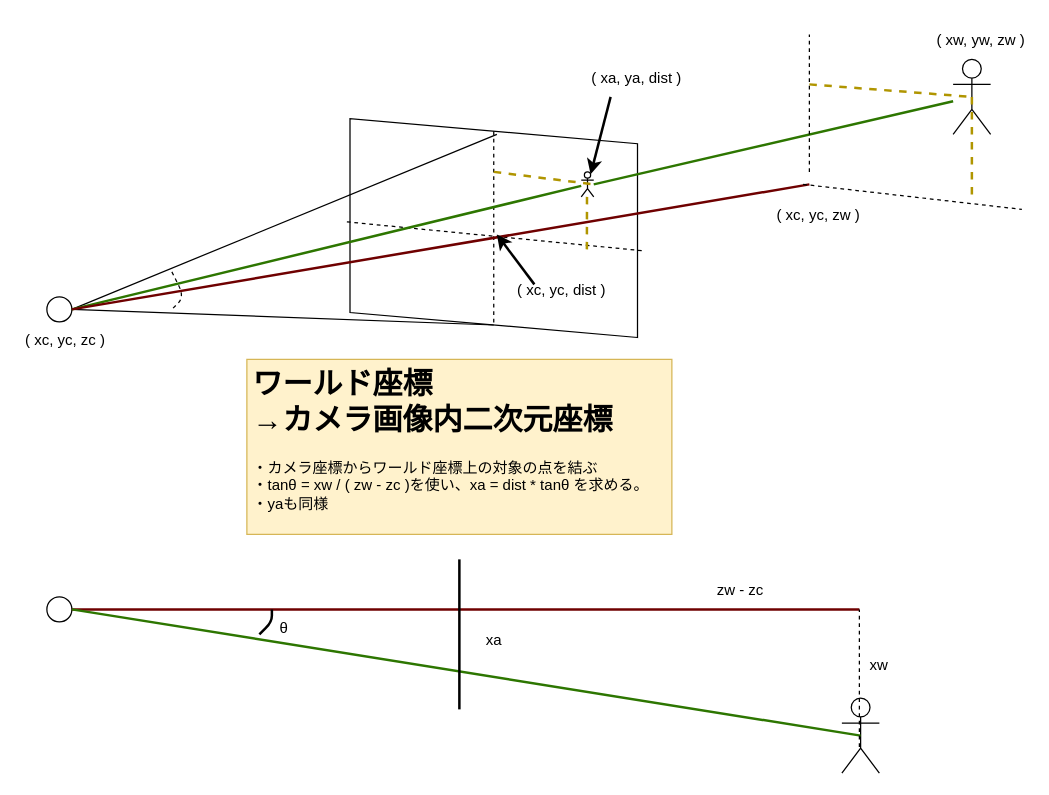
Before: docs/projection_3d-annotation_to_images.dio in minoru-github/three-app, a draw.io diagram. Source tidied: cells renumbered, new cells numbered last; positions are measured from the earlier drawing's top-left corner, leaving out a move shared by most shapes. Both pictures are drawn from the tidied source at 125%, with x=0, y=0 at pixel (21, 21).
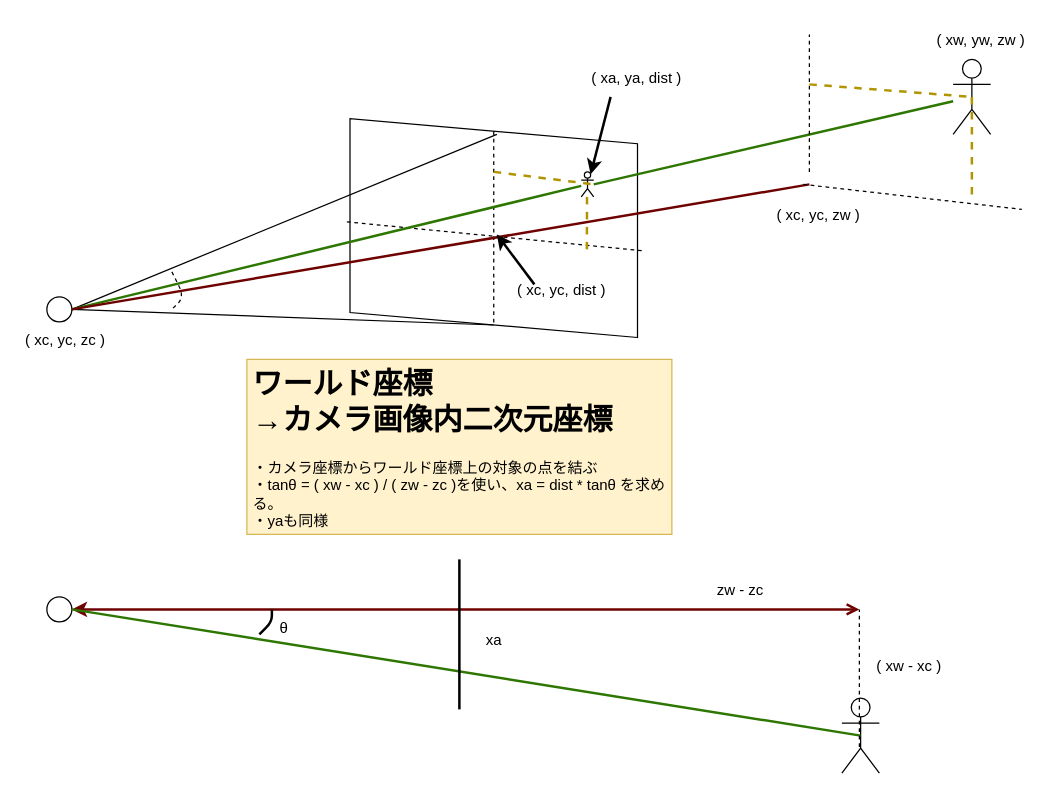
After the change.

The change refers to these unchanged cells:
```xml
<mxCell id="28" style="group;" parent="1" vertex="1">
  <mxGeometry x="20" y="430" width="696" height="171" as="geometry" />
</mxCell>
<mxCell id="29" style="ellipse;whiteSpace=wrap;html=1;" parent="28" vertex="1">
  <mxGeometry y="30" width="20" height="20" as="geometry" />
</mxCell>
```

Diff of the diagram source:
```diff
@@
-    <mxCell id="13" value="&lt;h1&gt;ワールド座標&lt;br&gt;→カメラ画像内二次元座標&lt;/h1&gt;&lt;p&gt;・カメラ座標からワールド座標上の対象の点を結ぶ&lt;br&gt;・&lt;span style=&quot;text-align: justify&quot;&gt;tanθ = xw / ( zw - zc )&lt;/span&gt;&lt;span style=&quot;text-align: justify&quot;&gt;を使い、&lt;/span&gt;&lt;span style=&quot;text-align: justify&quot;&gt;xa = dist * tanθ&lt;/span&gt;&lt;span style=&quot;text-align: justify&quot;&gt;&amp;nbsp;を求める。&lt;br&gt;・yaも同様&lt;/span&gt;&lt;/p&gt;" style="text;html=1;strokeColor=#d6b656;fillColor=#fff2cc;spacing=5;spacingTop=-20;whiteSpace=wrap;overflow=hidden;rounded=0;fontColor=#000000;" parent="1" vertex="1">
+    <mxCell id="13" value="&lt;h1&gt;ワールド座標&lt;br&gt;→カメラ画像内二次元座標&lt;/h1&gt;&lt;p&gt;・カメラ座標からワールド座標上の対象の点を結ぶ&lt;br&gt;・&lt;span style=&quot;text-align: justify&quot;&gt;tanθ = ( xw - xc ) / ( zw - zc )&lt;/span&gt;&lt;span style=&quot;text-align: justify&quot;&gt;を使い、&lt;/span&gt;&lt;span style=&quot;text-align: justify&quot;&gt;xa = dist * tanθ&lt;/span&gt;&lt;span style=&quot;text-align: justify&quot;&gt;&amp;nbsp;を求める。&lt;br&gt;・yaも同様&lt;/span&gt;&lt;/p&gt;" style="text;html=1;strokeColor=#d6b656;fillColor=#fff2cc;spacing=5;spacingTop=-20;whiteSpace=wrap;overflow=hidden;rounded=0;fontColor=#000000;" parent="1" vertex="1">
       <mxGeometry x="180" y="270" width="340" height="140" as="geometry" />
     </mxCell>
@@
-    <mxCell id="30" style="endArrow=none;html=1;exitX=1;exitY=0.5;exitDx=0;exitDy=0;fillColor=#a20025;strokeColor=#6F0000;strokeWidth=2;" parent="28" edge="1" source="29">
+    <mxCell id="30" style="endArrow=open;html=1;exitX=1;exitY=0.5;exitDx=0;exitDy=0;fillColor=#a20025;strokeColor=#6F0000;strokeWidth=2;targetPerimeterSpacing=3;startArrow=classic;startFill=1;endFill=0;sourcePerimeterSpacing=3;" parent="28" edge="1" source="29">
       <mxGeometry relative="1" as="geometry">
         <mxPoint x="650" y="40" as="targetPoint" />
       </mxGeometry>
     </mxCell>
@@
-    <mxCell id="35" value="xw" style="text;html=1;strokeColor=none;fillColor=none;align=center;verticalAlign=middle;whiteSpace=wrap;rounded=0;" parent="28" vertex="1">
-      <mxGeometry x="636" y="70" width="60" height="30" as="geometry" />
+    <mxCell id="35" value="( xw - xc )" style="text;html=1;strokeColor=none;fillColor=none;align=center;verticalAlign=middle;whiteSpace=wrap;rounded=0;" parent="28" vertex="1">
+      <mxGeometry x="660" y="70.5" width="60" height="30" as="geometry" />
     </mxCell>
```
